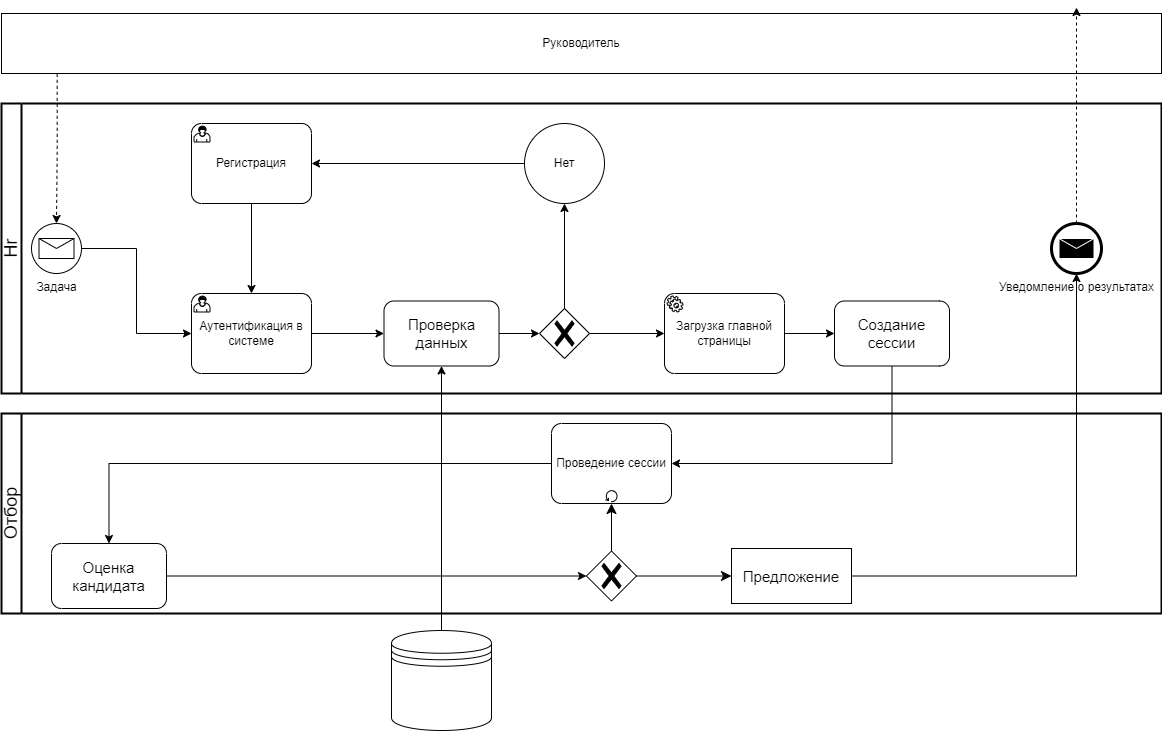
The draw.io diagram вкр/BPMN/BPMN до системы.png in Hetsunya/diplom, before a commit. Source tidied: cells renumbered, new cells last; positions are measured from the earlier drawing's top-left corner, leaving out a move shared by most shapes.
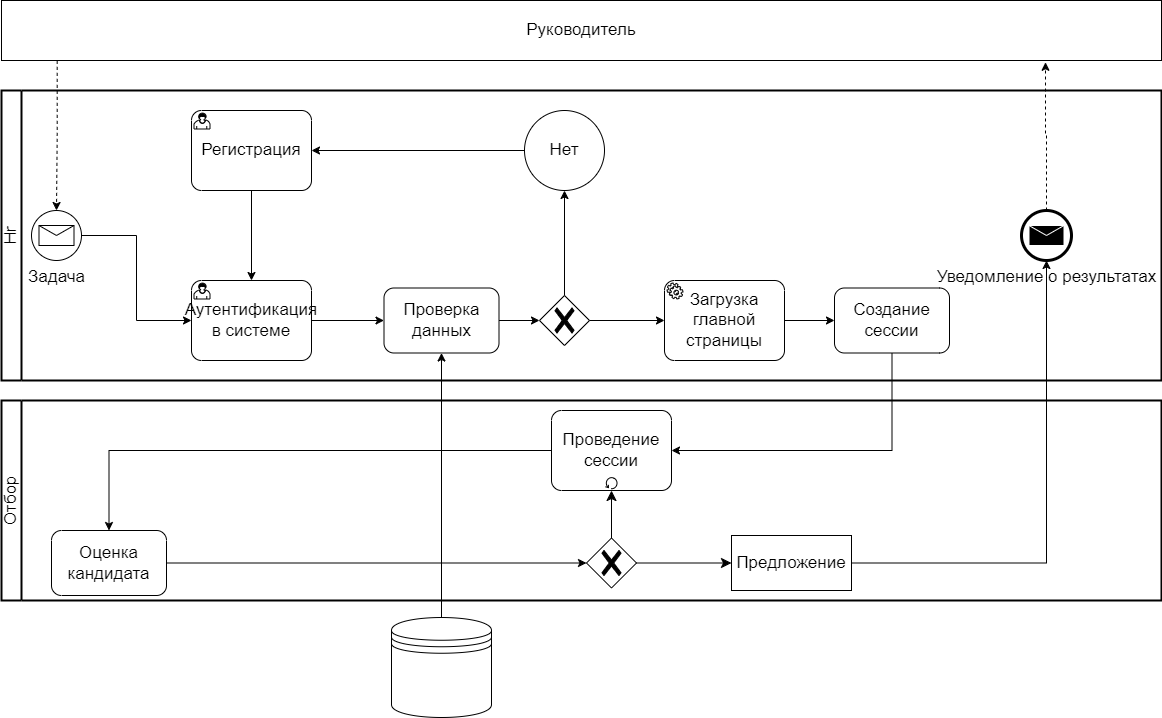
The same diagram one commit later.

Commit message:
обновил схемы в курсаче, дальше надо резать

Diff of the diagram source:
```diff
@@ -2,112 +2,110 @@
   <root>
     <mxCell id="0" />
     <mxCell id="1" parent="0" />
-    <mxCell id="2" value="Отбор" style="swimlane;html=1;startSize=20;fontStyle=0;horizontal=0;swimlaneLine=1;swimlaneFillColor=#ffffff;strokeWidth=2;whiteSpace=wrap;fontSize=18;" parent="1" vertex="1">
+    <mxCell id="2" value="Отбор" style="swimlane;html=1;startSize=20;fontStyle=0;horizontal=0;swimlaneLine=1;swimlaneFillColor=#ffffff;strokeWidth=2;whiteSpace=wrap;fontSize=17;" parent="1" vertex="1">
       <mxGeometry y="406" width="1160" height="200" as="geometry" />
     </mxCell>
-    <mxCell id="3" value="Проведение сессии" style="points=[[0.25,0,0],[0.5,0,0],[0.75,0,0],[1,0.25,0],[1,0.5,0],[1,0.75,0],[0.75,1,0],[0.5,1,0],[0.25,1,0],[0,0.75,0],[0,0.5,0],[0,0.25,0]];shape=mxgraph.bpmn.task2;whiteSpace=wrap;rectStyle=rounded;size=10;html=1;taskMarker=abstract;isLoopStandard=1;" parent="2" vertex="1">
+    <mxCell id="3" value="Проведение сессии" style="points=[[0.25,0,0],[0.5,0,0],[0.75,0,0],[1,0.25,0],[1,0.5,0],[1,0.75,0],[0.75,1,0],[0.5,1,0],[0.25,1,0],[0,0.75,0],[0,0.5,0],[0,0.25,0]];shape=mxgraph.bpmn.task2;whiteSpace=wrap;rectStyle=rounded;size=10;html=1;taskMarker=abstract;isLoopStandard=1;fontSize=17;" parent="2" vertex="1">
       <mxGeometry x="550" y="10" width="120" height="80" as="geometry" />
     </mxCell>
-    <mxCell id="4" value="Оценка кандидата" style="points=[[0.25,0,0],[0.5,0,0],[0.75,0,0],[1,0.25,0],[1,0.5,0],[1,0.75,0],[0.75,1,0],[0.5,1,0],[0.25,1,0],[0,0.75,0],[0,0.5,0],[0,0.25,0]];shape=mxgraph.bpmn.task2;whiteSpace=wrap;rectStyle=rounded;size=10;html=1;taskMarker=abstract;strokeColor=default;strokeWidth=1;shadow=0;fontSize=15;fontStyle=0;" parent="2" vertex="1">
+    <mxCell id="4" value="Оценка кандидата" style="points=[[0.25,0,0],[0.5,0,0],[0.75,0,0],[1,0.25,0],[1,0.5,0],[1,0.75,0],[0.75,1,0],[0.5,1,0],[0.25,1,0],[0,0.75,0],[0,0.5,0],[0,0.25,0]];shape=mxgraph.bpmn.task2;whiteSpace=wrap;rectStyle=rounded;size=10;html=1;taskMarker=abstract;strokeColor=default;strokeWidth=1;shadow=0;fontSize=17;fontStyle=0;" parent="2" vertex="1">
       <mxGeometry x="50" y="130" width="115" height="65" as="geometry" />
     </mxCell>
-    <mxCell id="5" style="edgeStyle=orthogonalEdgeStyle;rounded=0;jettySize=auto;html=1;entryX=0.5;entryY=0;entryDx=0;entryDy=0;entryPerimeter=0;" parent="2" edge="1" source="3" target="4">
+    <mxCell id="5" style="edgeStyle=orthogonalEdgeStyle;rounded=0;jettySize=auto;html=1;entryX=0.5;entryY=0;entryDx=0;entryDy=0;entryPerimeter=0;fontSize=17;" parent="2" edge="1" source="3" target="4">
       <mxGeometry relative="1" as="geometry" />
     </mxCell>
-    <mxCell id="6" style="edgeStyle=none;curved=1;rounded=0;jettySize=auto;html=1;entryX=0;entryY=0.5;entryDx=0;entryDy=0;fontSize=12;startSize=8;endSize=8;" parent="2" edge="1" source="7" target="10">
+    <mxCell id="6" style="edgeStyle=none;curved=1;rounded=0;jettySize=auto;html=1;entryX=0;entryY=0.5;entryDx=0;entryDy=0;fontSize=17;startSize=8;endSize=8;" parent="2" edge="1" source="7" target="10">
       <mxGeometry relative="1" as="geometry" />
     </mxCell>
-    <mxCell id="7" style="points=[[0.25,0.25,0],[0.5,0,0],[0.75,0.25,0],[1,0.5,0],[0.75,0.75,0],[0.5,1,0],[0.25,0.75,0],[0,0.5,0]];shape=mxgraph.bpmn.gateway2;html=1;verticalLabelPosition=bottom;labelBackgroundColor=#ffffff;verticalAlign=top;align=center;perimeter=rhombusPerimeter;outlineConnect=0;outline=none;symbol=none;gwType=exclusive;" parent="2" vertex="1">
+    <mxCell id="7" style="points=[[0.25,0.25,0],[0.5,0,0],[0.75,0.25,0],[1,0.5,0],[0.75,0.75,0],[0.5,1,0],[0.25,0.75,0],[0,0.5,0]];shape=mxgraph.bpmn.gateway2;html=1;verticalLabelPosition=bottom;labelBackgroundColor=#ffffff;verticalAlign=top;align=center;perimeter=rhombusPerimeter;outlineConnect=0;outline=none;symbol=none;gwType=exclusive;fontSize=17;" parent="2" vertex="1">
       <mxGeometry x="585" y="137.5" width="50" height="50" as="geometry" />
     </mxCell>
-    <mxCell id="8" style="edgeStyle=orthogonalEdgeStyle;rounded=0;jettySize=auto;html=1;entryX=0;entryY=0.5;entryDx=0;entryDy=0;entryPerimeter=0;" parent="2" edge="1" source="4" target="7">
+    <mxCell id="8" style="edgeStyle=orthogonalEdgeStyle;rounded=0;jettySize=auto;html=1;entryX=0;entryY=0.5;entryDx=0;entryDy=0;entryPerimeter=0;fontSize=17;" parent="2" edge="1" source="4" target="7">
       <mxGeometry relative="1" as="geometry" />
     </mxCell>
-    <mxCell id="9" style="edgeStyle=none;curved=1;rounded=0;jettySize=auto;html=1;entryX=0.5;entryY=1;entryDx=0;entryDy=0;entryPerimeter=0;fontSize=12;startSize=8;endSize=8;" parent="2" edge="1" source="7" target="3">
+    <mxCell id="9" style="edgeStyle=none;curved=1;rounded=0;jettySize=auto;html=1;entryX=0.5;entryY=1;entryDx=0;entryDy=0;entryPerimeter=0;fontSize=17;startSize=8;endSize=8;" parent="2" edge="1" source="7" target="3">
       <mxGeometry relative="1" as="geometry" />
     </mxCell>
-    <mxCell id="10" value="Предложение" style="rounded=0;whiteSpace=wrap;html=1;strokeColor=default;strokeWidth=1;shadow=0;fontSize=15;fontStyle=0;labelBackgroundColor=none;" parent="2" vertex="1">
+    <mxCell id="10" value="Предложение" style="rounded=0;whiteSpace=wrap;html=1;strokeColor=default;strokeWidth=1;shadow=0;fontSize=17;fontStyle=0;labelBackgroundColor=none;" parent="2" vertex="1">
       <mxGeometry x="730" y="135" width="120" height="55" as="geometry" />
     </mxCell>
-    <mxCell id="11" value="Hr" style="swimlane;html=1;startSize=20;fontStyle=0;horizontal=0;swimlaneLine=1;swimlaneFillColor=#ffffff;strokeWidth=2;whiteSpace=wrap;fontSize=18;" parent="1" vertex="1">
+    <mxCell id="11" value="Hr" style="swimlane;html=1;startSize=20;fontStyle=0;horizontal=0;swimlaneLine=1;swimlaneFillColor=#ffffff;strokeWidth=2;whiteSpace=wrap;fontSize=17;" parent="1" vertex="1">
       <mxGeometry y="96" width="1160" height="290" as="geometry" />
     </mxCell>
-    <mxCell id="12" value="Задача" style="points=[[0.145,0.145,0],[0.5,0,0],[0.855,0.145,0],[1,0.5,0],[0.855,0.855,0],[0.5,1,0],[0.145,0.855,0],[0,0.5,0]];shape=mxgraph.bpmn.event;html=1;verticalLabelPosition=bottom;labelBackgroundColor=#ffffff;verticalAlign=top;align=center;perimeter=ellipsePerimeter;outlineConnect=0;outline=standard;symbol=message;" parent="11" vertex="1">
+    <mxCell id="12" value="Задача" style="points=[[0.145,0.145,0],[0.5,0,0],[0.855,0.145,0],[1,0.5,0],[0.855,0.855,0],[0.5,1,0],[0.145,0.855,0],[0,0.5,0]];shape=mxgraph.bpmn.event;html=1;verticalLabelPosition=bottom;labelBackgroundColor=#ffffff;verticalAlign=top;align=center;perimeter=ellipsePerimeter;outlineConnect=0;outline=standard;symbol=message;fontSize=17;" parent="11" vertex="1">
       <mxGeometry x="30" y="120" width="50" height="50" as="geometry" />
     </mxCell>
-    <mxCell id="13" value="Создание сессии" style="points=[[0.25,0,0],[0.5,0,0],[0.75,0,0],[1,0.25,0],[1,0.5,0],[1,0.75,0],[0.75,1,0],[0.5,1,0],[0.25,1,0],[0,0.75,0],[0,0.5,0],[0,0.25,0]];shape=mxgraph.bpmn.task2;whiteSpace=wrap;rectStyle=rounded;size=10;html=1;taskMarker=abstract;strokeColor=default;strokeWidth=1;shadow=0;fontSize=15;fontStyle=0;" parent="11" vertex="1">
+    <mxCell id="13" value="Создание сессии" style="points=[[0.25,0,0],[0.5,0,0],[0.75,0,0],[1,0.25,0],[1,0.5,0],[1,0.75,0],[0.75,1,0],[0.5,1,0],[0.25,1,0],[0,0.75,0],[0,0.5,0],[0,0.25,0]];shape=mxgraph.bpmn.task2;whiteSpace=wrap;rectStyle=rounded;size=10;html=1;taskMarker=abstract;strokeColor=default;strokeWidth=1;shadow=0;fontSize=17;fontStyle=0;" parent="11" vertex="1">
       <mxGeometry x="833" y="197.5" width="115" height="65" as="geometry" />
     </mxCell>
-    <mxCell id="14" style="points=[[0.25,0.25,0],[0.5,0,0],[0.75,0.25,0],[1,0.5,0],[0.75,0.75,0],[0.5,1,0],[0.25,0.75,0],[0,0.5,0]];shape=mxgraph.bpmn.gateway2;html=1;verticalLabelPosition=bottom;labelBackgroundColor=#ffffff;verticalAlign=top;align=center;perimeter=rhombusPerimeter;outlineConnect=0;outline=none;symbol=none;gwType=exclusive;" parent="11" vertex="1">
+    <mxCell id="14" style="points=[[0.25,0.25,0],[0.5,0,0],[0.75,0.25,0],[1,0.5,0],[0.75,0.75,0],[0.5,1,0],[0.25,0.75,0],[0,0.5,0]];shape=mxgraph.bpmn.gateway2;html=1;verticalLabelPosition=bottom;labelBackgroundColor=#ffffff;verticalAlign=top;align=center;perimeter=rhombusPerimeter;outlineConnect=0;outline=none;symbol=none;gwType=exclusive;fontSize=17;" parent="11" vertex="1">
       <mxGeometry x="538" y="205" width="50" height="50" as="geometry" />
     </mxCell>
-    <mxCell id="15" value="Уведомление о результатах" style="points=[[0.145,0.145,0],[0.5,0,0],[0.855,0.145,0],[1,0.5,0],[0.855,0.855,0],[0.5,1,0],[0.145,0.855,0],[0,0.5,0]];shape=mxgraph.bpmn.event;html=1;verticalLabelPosition=bottom;labelBackgroundColor=#ffffff;verticalAlign=top;align=center;perimeter=ellipsePerimeter;outlineConnect=0;outline=end;symbol=message;" parent="11" vertex="1">
-      <mxGeometry x="1050" y="120" width="50" height="50" as="geometry" />
+    <mxCell id="15" value="Уведомление о результатах" style="points=[[0.145,0.145,0],[0.5,0,0],[0.855,0.145,0],[1,0.5,0],[0.855,0.855,0],[0.5,1,0],[0.145,0.855,0],[0,0.5,0]];shape=mxgraph.bpmn.event;html=1;verticalLabelPosition=bottom;labelBackgroundColor=#ffffff;verticalAlign=top;align=center;perimeter=ellipsePerimeter;outlineConnect=0;outline=end;symbol=message;fontSize=17;" parent="11" vertex="1">
+      <mxGeometry x="1020" y="120" width="50" height="50" as="geometry" />
     </mxCell>
-    <mxCell id="16" value="Загрузка главной страницы" style="points=[[0.25,0,0],[0.5,0,0],[0.75,0,0],[1,0.25,0],[1,0.5,0],[1,0.75,0],[0.75,1,0],[0.5,1,0],[0.25,1,0],[0,0.75,0],[0,0.5,0],[0,0.25,0]];shape=mxgraph.bpmn.task2;whiteSpace=wrap;rectStyle=rounded;size=10;html=1;taskMarker=service;" parent="11" vertex="1">
+    <mxCell id="16" value="Загрузка главной страницы" style="points=[[0.25,0,0],[0.5,0,0],[0.75,0,0],[1,0.25,0],[1,0.5,0],[1,0.75,0],[0.75,1,0],[0.5,1,0],[0.25,1,0],[0,0.75,0],[0,0.5,0],[0,0.25,0]];shape=mxgraph.bpmn.task2;whiteSpace=wrap;rectStyle=rounded;size=10;html=1;taskMarker=service;fontSize=17;" parent="11" vertex="1">
       <mxGeometry x="663" y="190" width="120" height="80" as="geometry" />
     </mxCell>
-    <mxCell id="17" style="edgeStyle=orthogonalEdgeStyle;rounded=0;jettySize=auto;html=1;entryX=0;entryY=0.5;entryDx=0;entryDy=0;entryPerimeter=0;exitX=1;exitY=0.5;exitDx=0;exitDy=0;exitPerimeter=0;" parent="11" edge="1" source="14" target="16">
+    <mxCell id="17" style="edgeStyle=orthogonalEdgeStyle;rounded=0;jettySize=auto;html=1;entryX=0;entryY=0.5;entryDx=0;entryDy=0;entryPerimeter=0;exitX=1;exitY=0.5;exitDx=0;exitDy=0;exitPerimeter=0;fontSize=17;" parent="11" edge="1" source="14" target="16">
       <mxGeometry relative="1" as="geometry" />
     </mxCell>
-    <mxCell id="18" style="edgeStyle=orthogonalEdgeStyle;rounded=0;jettySize=auto;html=1;entryX=0;entryY=0.5;entryDx=0;entryDy=0;entryPerimeter=0;exitX=1;exitY=0.5;exitDx=0;exitDy=0;exitPerimeter=0;" parent="11" edge="1" source="16" target="13">
+    <mxCell id="18" style="edgeStyle=orthogonalEdgeStyle;rounded=0;jettySize=auto;html=1;entryX=0;entryY=0.5;entryDx=0;entryDy=0;entryPerimeter=0;exitX=1;exitY=0.5;exitDx=0;exitDy=0;exitPerimeter=0;fontSize=17;" parent="11" edge="1" source="16" target="13">
       <mxGeometry relative="1" as="geometry" />
     </mxCell>
-    <mxCell id="19" value="Регистрация" style="points=[[0.25,0,0],[0.5,0,0],[0.75,0,0],[1,0.25,0],[1,0.5,0],[1,0.75,0],[0.75,1,0],[0.5,1,0],[0.25,1,0],[0,0.75,0],[0,0.5,0],[0,0.25,0]];shape=mxgraph.bpmn.task2;whiteSpace=wrap;rectStyle=rounded;size=10;html=1;taskMarker=user;" parent="11" vertex="1">
+    <mxCell id="19" value="Регистрация" style="points=[[0.25,0,0],[0.5,0,0],[0.75,0,0],[1,0.25,0],[1,0.5,0],[1,0.75,0],[0.75,1,0],[0.5,1,0],[0.25,1,0],[0,0.75,0],[0,0.5,0],[0,0.25,0]];shape=mxgraph.bpmn.task2;whiteSpace=wrap;rectStyle=rounded;size=10;html=1;taskMarker=user;fontSize=17;" parent="11" vertex="1">
       <mxGeometry x="190" y="20" width="120" height="80" as="geometry" />
     </mxCell>
-    <mxCell id="20" value="Нет" style="ellipse;whiteSpace=wrap;html=1;" parent="11" vertex="1">
+    <mxCell id="20" value="Нет" style="ellipse;whiteSpace=wrap;html=1;fontSize=17;" parent="11" vertex="1">
       <mxGeometry x="523" y="20" width="80" height="80" as="geometry" />
     </mxCell>
-    <mxCell id="21" style="edgeStyle=orthogonalEdgeStyle;rounded=0;jettySize=auto;html=1;entryX=0.5;entryY=1;entryDx=0;entryDy=0;exitX=0.5;exitY=0;exitDx=0;exitDy=0;exitPerimeter=0;" parent="11" edge="1" source="14" target="20">
+    <mxCell id="21" style="edgeStyle=orthogonalEdgeStyle;rounded=0;jettySize=auto;html=1;entryX=0.5;entryY=1;entryDx=0;entryDy=0;exitX=0.5;exitY=0;exitDx=0;exitDy=0;exitPerimeter=0;fontSize=17;" parent="11" edge="1" source="14" target="20">
       <mxGeometry relative="1" as="geometry" />
     </mxCell>
-    <mxCell id="22" style="edgeStyle=orthogonalEdgeStyle;rounded=0;jettySize=auto;html=1;entryX=1;entryY=0.5;entryDx=0;entryDy=0;entryPerimeter=0;" parent="11" edge="1" source="20" target="19">
+    <mxCell id="22" style="edgeStyle=orthogonalEdgeStyle;rounded=0;jettySize=auto;html=1;entryX=1;entryY=0.5;entryDx=0;entryDy=0;entryPerimeter=0;fontSize=17;" parent="11" edge="1" source="20" target="19">
       <mxGeometry relative="1" as="geometry" />
     </mxCell>
-    <mxCell id="23" value="Аутентификация в системе" style="points=[[0.25,0,0],[0.5,0,0],[0.75,0,0],[1,0.25,0],[1,0.5,0],[1,0.75,0],[0.75,1,0],[0.5,1,0],[0.25,1,0],[0,0.75,0],[0,0.5,0],[0,0.25,0]];shape=mxgraph.bpmn.task2;whiteSpace=wrap;rectStyle=rounded;size=10;html=1;taskMarker=user;" parent="11" vertex="1">
+    <mxCell id="23" value="Аутентификация в системе" style="points=[[0.25,0,0],[0.5,0,0],[0.75,0,0],[1,0.25,0],[1,0.5,0],[1,0.75,0],[0.75,1,0],[0.5,1,0],[0.25,1,0],[0,0.75,0],[0,0.5,0],[0,0.25,0]];shape=mxgraph.bpmn.task2;whiteSpace=wrap;rectStyle=rounded;size=10;html=1;taskMarker=user;fontSize=17;" parent="11" vertex="1">
       <mxGeometry x="190" y="190" width="120" height="80" as="geometry" />
     </mxCell>
-    <mxCell id="24" style="edgeStyle=orthogonalEdgeStyle;rounded=0;jettySize=auto;html=1;entryX=0.5;entryY=0;entryDx=0;entryDy=0;entryPerimeter=0;" parent="11" edge="1" source="19" target="23">
+    <mxCell id="24" style="edgeStyle=orthogonalEdgeStyle;rounded=0;jettySize=auto;html=1;entryX=0.5;entryY=0;entryDx=0;entryDy=0;entryPerimeter=0;fontSize=17;" parent="11" edge="1" source="19" target="23">
       <mxGeometry relative="1" as="geometry" />
     </mxCell>
-    <mxCell id="25" style="edgeStyle=orthogonalEdgeStyle;rounded=0;jettySize=auto;html=1;entryX=0;entryY=0.5;entryDx=0;entryDy=0;entryPerimeter=0;" parent="11" edge="1" source="12" target="23">
+    <mxCell id="25" style="edgeStyle=orthogonalEdgeStyle;rounded=0;jettySize=auto;html=1;entryX=0;entryY=0.5;entryDx=0;entryDy=0;entryPerimeter=0;fontSize=17;" parent="11" edge="1" source="12" target="23">
       <mxGeometry relative="1" as="geometry" />
     </mxCell>
-    <mxCell id="26" value="Проверка данных" style="points=[[0.25,0,0],[0.5,0,0],[0.75,0,0],[1,0.25,0],[1,0.5,0],[1,0.75,0],[0.75,1,0],[0.5,1,0],[0.25,1,0],[0,0.75,0],[0,0.5,0],[0,0.25,0]];shape=mxgraph.bpmn.task2;whiteSpace=wrap;rectStyle=rounded;size=10;html=1;taskMarker=abstract;strokeColor=default;strokeWidth=1;shadow=0;fontSize=15;fontStyle=0;" parent="11" vertex="1">
+    <mxCell id="26" value="Проверка данных" style="points=[[0.25,0,0],[0.5,0,0],[0.75,0,0],[1,0.25,0],[1,0.5,0],[1,0.75,0],[0.75,1,0],[0.5,1,0],[0.25,1,0],[0,0.75,0],[0,0.5,0],[0,0.25,0]];shape=mxgraph.bpmn.task2;whiteSpace=wrap;rectStyle=rounded;size=10;html=1;taskMarker=abstract;strokeColor=default;strokeWidth=1;shadow=0;fontSize=17;fontStyle=0;" parent="11" vertex="1">
       <mxGeometry x="382.5" y="197.5" width="115" height="65" as="geometry" />
     </mxCell>
-    <mxCell id="27" style="edgeStyle=orthogonalEdgeStyle;rounded=0;jettySize=auto;html=1;entryX=0;entryY=0.5;entryDx=0;entryDy=0;entryPerimeter=0;" parent="11" edge="1" source="23" target="26">
+    <mxCell id="27" style="edgeStyle=orthogonalEdgeStyle;rounded=0;jettySize=auto;html=1;entryX=0;entryY=0.5;entryDx=0;entryDy=0;entryPerimeter=0;fontSize=17;" parent="11" edge="1" source="23" target="26">
       <mxGeometry relative="1" as="geometry" />
     </mxCell>
-    <mxCell id="28" style="edgeStyle=orthogonalEdgeStyle;rounded=0;jettySize=auto;html=1;entryX=0;entryY=0.5;entryDx=0;entryDy=0;entryPerimeter=0;" parent="11" edge="1" source="26" target="14">
+    <mxCell id="28" style="edgeStyle=orthogonalEdgeStyle;rounded=0;jettySize=auto;html=1;entryX=0;entryY=0.5;entryDx=0;entryDy=0;entryPerimeter=0;fontSize=17;" parent="11" edge="1" source="26" target="14">
       <mxGeometry relative="1" as="geometry" />
     </mxCell>
-    <mxCell id="29" value="Руководитель" style="whiteSpace=wrap;html=1;" parent="1" vertex="1">
+    <mxCell id="29" value="Руководитель" style="whiteSpace=wrap;html=1;fontSize=17;" parent="1" vertex="1">
       <mxGeometry y="6" width="1160" height="60" as="geometry" />
     </mxCell>
-    <mxCell id="30" style="edgeStyle=orthogonalEdgeStyle;rounded=0;jettySize=auto;html=1;entryX=0.5;entryY=0;entryDx=0;entryDy=0;entryPerimeter=0;dashed=1;exitX=0.048;exitY=1.006;exitDx=0;exitDy=0;exitPerimeter=0;" parent="1" edge="1" source="29" target="12">
+    <mxCell id="30" style="edgeStyle=orthogonalEdgeStyle;rounded=0;jettySize=auto;html=1;entryX=0.5;entryY=0;entryDx=0;entryDy=0;entryPerimeter=0;dashed=1;exitX=0.048;exitY=1.006;exitDx=0;exitDy=0;exitPerimeter=0;fontSize=17;" parent="1" edge="1" source="29" target="12">
       <mxGeometry relative="1" as="geometry" />
     </mxCell>
-    <mxCell id="31" style="shape=datastore;html=1;labelPosition=center;verticalLabelPosition=bottom;align=center;verticalAlign=top;labelBackgroundColor=none;" parent="1" vertex="1">
+    <mxCell id="31" style="shape=datastore;html=1;labelPosition=center;verticalLabelPosition=bottom;align=center;verticalAlign=top;labelBackgroundColor=none;fontSize=17;" parent="1" vertex="1">
       <mxGeometry x="390" y="623" width="100" height="100" as="geometry" />
     </mxCell>
-    <mxCell id="32" style="edgeStyle=orthogonalEdgeStyle;rounded=0;jettySize=auto;html=1;entryX=0.5;entryY=1;entryDx=0;entryDy=0;entryPerimeter=0;" parent="1" edge="1" source="31" target="26">
+    <mxCell id="32" style="edgeStyle=orthogonalEdgeStyle;rounded=0;jettySize=auto;html=1;entryX=0.5;entryY=1;entryDx=0;entryDy=0;entryPerimeter=0;fontSize=17;" parent="1" edge="1" source="31" target="26">
       <mxGeometry relative="1" as="geometry" />
     </mxCell>
-    <mxCell id="33" style="edgeStyle=orthogonalEdgeStyle;rounded=0;jettySize=auto;html=1;entryX=1;entryY=0.5;entryDx=0;entryDy=0;entryPerimeter=0;" parent="1" edge="1" source="13" target="3">
+    <mxCell id="33" style="edgeStyle=orthogonalEdgeStyle;rounded=0;jettySize=auto;html=1;entryX=1;entryY=0.5;entryDx=0;entryDy=0;entryPerimeter=0;fontSize=17;" parent="1" edge="1" source="13" target="3">
       <mxGeometry relative="1" as="geometry">
         <Array as="points">
           <mxPoint x="891" y="456" />
         </Array>
       </mxGeometry>
     </mxCell>
-    <mxCell id="34" style="edgeStyle=orthogonalEdgeStyle;rounded=0;jettySize=auto;html=1;dashed=1;" parent="1" edge="1" source="15">
-      <mxGeometry relative="1" as="geometry">
-        <mxPoint x="1075" as="targetPoint" />
-      </mxGeometry>
+    <mxCell id="34" style="edgeStyle=orthogonalEdgeStyle;rounded=0;jettySize=auto;html=1;dashed=1;fontSize=17;entryX=0.9;entryY=1.03;entryDx=0;entryDy=0;entryPerimeter=0;" parent="1" edge="1" source="15" target="29">
+      <mxGeometry relative="1" as="geometry" />
     </mxCell>
-    <mxCell id="35" style="edgeStyle=orthogonalEdgeStyle;rounded=0;jettySize=auto;html=1;entryX=0.5;entryY=1;entryDx=0;entryDy=0;entryPerimeter=0;exitX=1;exitY=0.5;exitDx=0;exitDy=0;" parent="1" edge="1" source="10" target="15">
+    <mxCell id="35" style="edgeStyle=orthogonalEdgeStyle;rounded=0;jettySize=auto;html=1;entryX=0.5;entryY=1;entryDx=0;entryDy=0;entryPerimeter=0;exitX=1;exitY=0.5;exitDx=0;exitDy=0;fontSize=17;" parent="1" edge="1" source="10" target="15">
       <mxGeometry relative="1" as="geometry" />
     </mxCell>
   </root>
```
